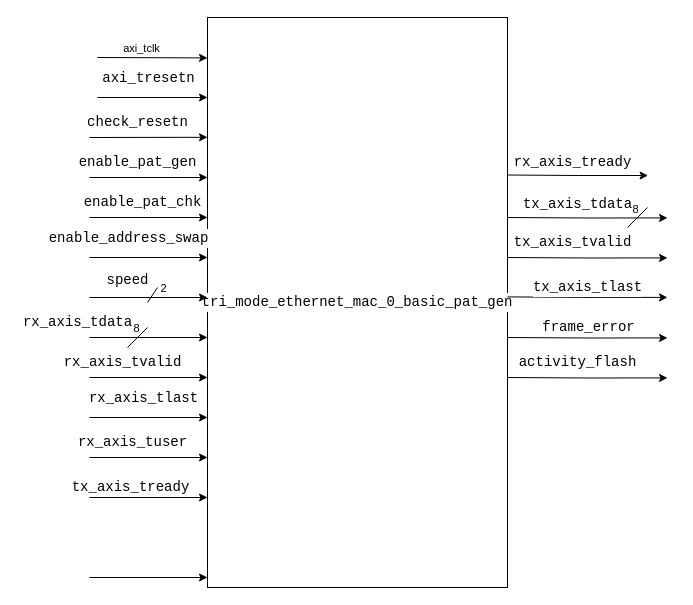
Above: page "Page-1" (1 of 9) of docx/packet_gen.drawio in MuhammadBoota09299/tri_mode_ethernet_mac_0_axi_pat_gen (draw.io), before the change. Source tidied: cells renumbered, new cells numbered last; positions are measured from the earlier drawing's top-left corner, leaving out a move shared by most shapes. Both pictures are drawn from the tidied source at 100%, with x=0, y=0 at pixel (17, 17).
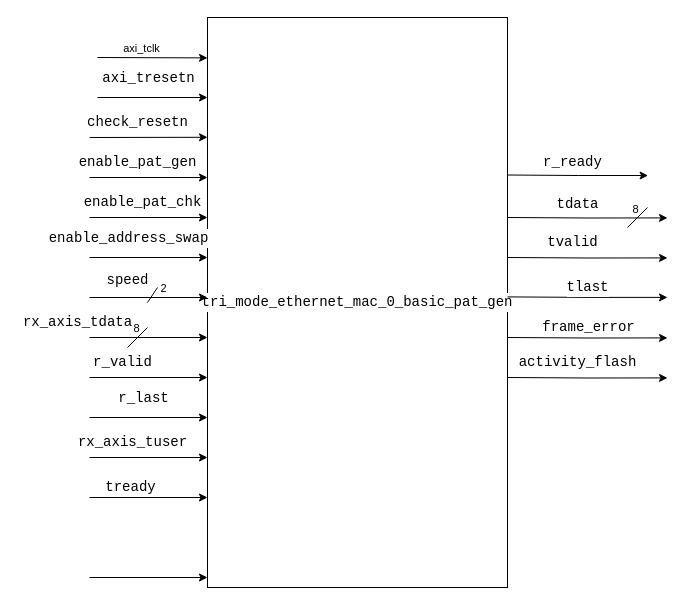
The same page after the edit.

The change refers to these unchanged cells:
```xml
<mxCell id="30" style="endArrow=classic;html=1;rounded=0;entryX=-0.007;entryY=0.599;entryDx=0;entryDy=0;entryPerimeter=0;" parent="1" edge="1">
  <mxGeometry relative="1" as="geometry">
    <mxPoint x="72" y="400" as="sourcePoint" />
    <mxPoint x="190" y="400" as="targetPoint" />
  </mxGeometry>
</mxCell>
<mxCell id="32" style="endArrow=classic;html=1;rounded=0;entryX=-0.007;entryY=0.599;entryDx=0;entryDy=0;entryPerimeter=0;" parent="1" edge="1">
  <mxGeometry relative="1" as="geometry">
    <mxPoint x="72" y="480" as="sourcePoint" />
    <mxPoint x="190" y="480" as="targetPoint" />
  </mxGeometry>
</mxCell>
```

The edit, as a diff of the source:
```diff
@@
-    <mxCell id="27" value="&lt;div style=&quot;background-color: rgb(255, 255, 255); font-family: Consolas, &amp;quot;Courier New&amp;quot;, monospace; font-size: 14px; line-height: 19px; white-space-collapse: preserve;&quot;&gt;rx_axis_tvalid&lt;/div&gt;" style="text;html=1;align=center;verticalAlign=middle;strokeColor=none;fillColor=none;" parent="1" vertex="1">
+    <mxCell id="27" value="&lt;div style=&quot;background-color: rgb(255, 255, 255); font-family: Consolas, &amp;quot;Courier New&amp;quot;, monospace; font-size: 14px; line-height: 19px; white-space-collapse: preserve;&quot;&gt;r_valid&lt;/div&gt;" style="text;html=1;align=center;verticalAlign=middle;strokeColor=none;fillColor=none;" parent="1" vertex="1">
       <mxGeometry x="40" y="330" width="130" height="30" as="geometry" />
     </mxCell>
@@
-    <mxCell id="31" value="&lt;div style=&quot;font-family: Consolas, &amp;quot;Courier New&amp;quot;, monospace; font-size: 14px; line-height: 19px; white-space-collapse: preserve;&quot;&gt;rx_axis_tlast&lt;/div&gt;" style="edgeLabel;html=1;align=center;verticalAlign=middle;" parent="30" vertex="1">
+    <mxCell id="31" value="&lt;div style=&quot;font-family: Consolas, &amp;quot;Courier New&amp;quot;, monospace; font-size: 14px; line-height: 19px; white-space-collapse: preserve;&quot;&gt;r_last&lt;/div&gt;" style="edgeLabel;html=1;align=center;verticalAlign=middle;" parent="30" vertex="1">
       <mxGeometry x="-0.09" y="2" relative="1" as="geometry">
         <mxPoint x="-1" y="-18" as="offset" />
       </mxGeometry>
     </mxCell>
@@
-    <mxCell id="33" value="&lt;div style=&quot;font-family: Consolas, &amp;quot;Courier New&amp;quot;, monospace; font-size: 14px; line-height: 19px; white-space-collapse: preserve;&quot;&gt;tx_axis_tready&lt;/div&gt;" style="edgeLabel;html=1;align=center;verticalAlign=middle;" parent="32" vertex="1">
+    <mxCell id="33" value="&lt;div style=&quot;font-family: Consolas, &amp;quot;Courier New&amp;quot;, monospace; font-size: 14px; line-height: 19px; white-space-collapse: preserve;&quot;&gt;tready&lt;/div&gt;" style="edgeLabel;html=1;align=center;verticalAlign=middle;" parent="32" vertex="1">
       <mxGeometry x="-0.32" y="5" relative="1" as="geometry">
         <mxPoint y="-6" as="offset" />
       </mxGeometry>
     </mxCell>
@@
-    <mxCell id="35" value="&lt;div style=&quot;background-color: rgb(255, 255, 255); font-family: Consolas, &amp;quot;Courier New&amp;quot;, monospace; font-size: 14px; line-height: 19px; white-space-collapse: preserve;&quot;&gt;rx_axis_tready&lt;/div&gt;" style="text;html=1;align=center;verticalAlign=middle;strokeColor=none;fillColor=none;" parent="1" vertex="1">
+    <mxCell id="35" value="&lt;div style=&quot;background-color: rgb(255, 255, 255); font-family: Consolas, &amp;quot;Courier New&amp;quot;, monospace; font-size: 14px; line-height: 19px; white-space-collapse: preserve;&quot;&gt;r_ready&lt;/div&gt;" style="text;html=1;align=center;verticalAlign=middle;strokeColor=none;fillColor=none;" parent="1" vertex="1">
       <mxGeometry x="490" y="130" width="130" height="30" as="geometry" />
     </mxCell>
@@
-    <mxCell id="41" value="&lt;span style=&quot;background-color: rgb(255, 255, 255); font-family: Consolas, &amp;quot;Courier New&amp;quot;, monospace; font-size: 14px; white-space-collapse: preserve; color: light-dark(rgb(0, 0, 0), rgb(255, 255, 255));&quot;&gt;tx_axis_tdata&lt;/span&gt;" style="text;html=1;align=center;verticalAlign=middle;strokeColor=none;fillColor=none;" parent="1" vertex="1">
+    <mxCell id="41" value="&lt;span style=&quot;background-color: rgb(255, 255, 255); font-family: Consolas, &amp;quot;Courier New&amp;quot;, monospace; font-size: 14px; white-space-collapse: preserve; color: light-dark(rgb(0, 0, 0), rgb(255, 255, 255));&quot;&gt;tdata&lt;/span&gt;" style="text;html=1;align=center;verticalAlign=middle;strokeColor=none;fillColor=none;" parent="1" vertex="1">
       <mxGeometry x="500" y="172" width="120" height="30" as="geometry" />
     </mxCell>
@@
-    <mxCell id="44" value="&lt;div style=&quot;background-color: rgb(255, 255, 255); font-family: Consolas, &amp;quot;Courier New&amp;quot;, monospace; font-size: 14px; line-height: 19px; white-space-collapse: preserve;&quot;&gt;tx_axis_tvalid&lt;/div&gt;" style="text;html=1;align=center;verticalAlign=middle;strokeColor=none;fillColor=none;" parent="1" vertex="1">
+    <mxCell id="44" value="&lt;div style=&quot;background-color: rgb(255, 255, 255); font-family: Consolas, &amp;quot;Courier New&amp;quot;, monospace; font-size: 14px; line-height: 19px; white-space-collapse: preserve;&quot;&gt;tvalid&lt;/div&gt;" style="text;html=1;align=center;verticalAlign=middle;strokeColor=none;fillColor=none;" parent="1" vertex="1">
       <mxGeometry x="490" y="210" width="130" height="30" as="geometry" />
     </mxCell>
-    <mxCell id="45" value="&lt;div style=&quot;background-color: rgb(255, 255, 255); font-family: Consolas, &amp;quot;Courier New&amp;quot;, monospace; font-size: 14px; line-height: 19px; white-space-collapse: preserve;&quot;&gt;tx_axis_tlast&lt;/div&gt;" style="text;html=1;align=center;verticalAlign=middle;strokeColor=none;fillColor=none;" parent="1" vertex="1">
+    <mxCell id="45" value="&lt;div style=&quot;background-color: rgb(255, 255, 255); font-family: Consolas, &amp;quot;Courier New&amp;quot;, monospace; font-size: 14px; line-height: 19px; white-space-collapse: preserve;&quot;&gt;tlast&lt;/div&gt;" style="text;html=1;align=center;verticalAlign=middle;strokeColor=none;fillColor=none;" parent="1" vertex="1">
       <mxGeometry x="510" y="255" width="120" height="30" as="geometry" />
     </mxCell>
```
